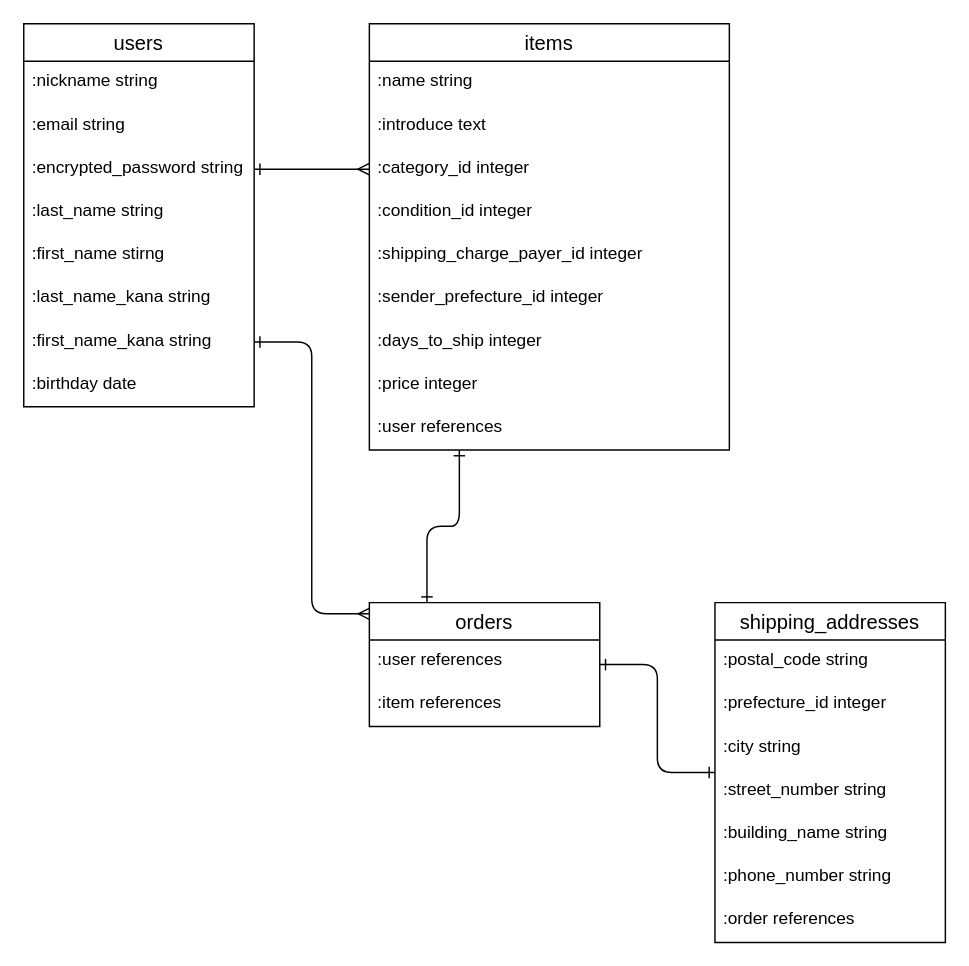
JIZAEMON/furima-39979 keeps this draw.io diagram as ERD.dio. Above is the earlier version. Source tidied: cells renumbered, new cells numbered last; positions are measured from the earlier drawing's top-left corner, leaving out a move shared by most shapes. Both pictures are drawn from the tidied source at 144%, with x=0, y=0 at pixel (23, 23).
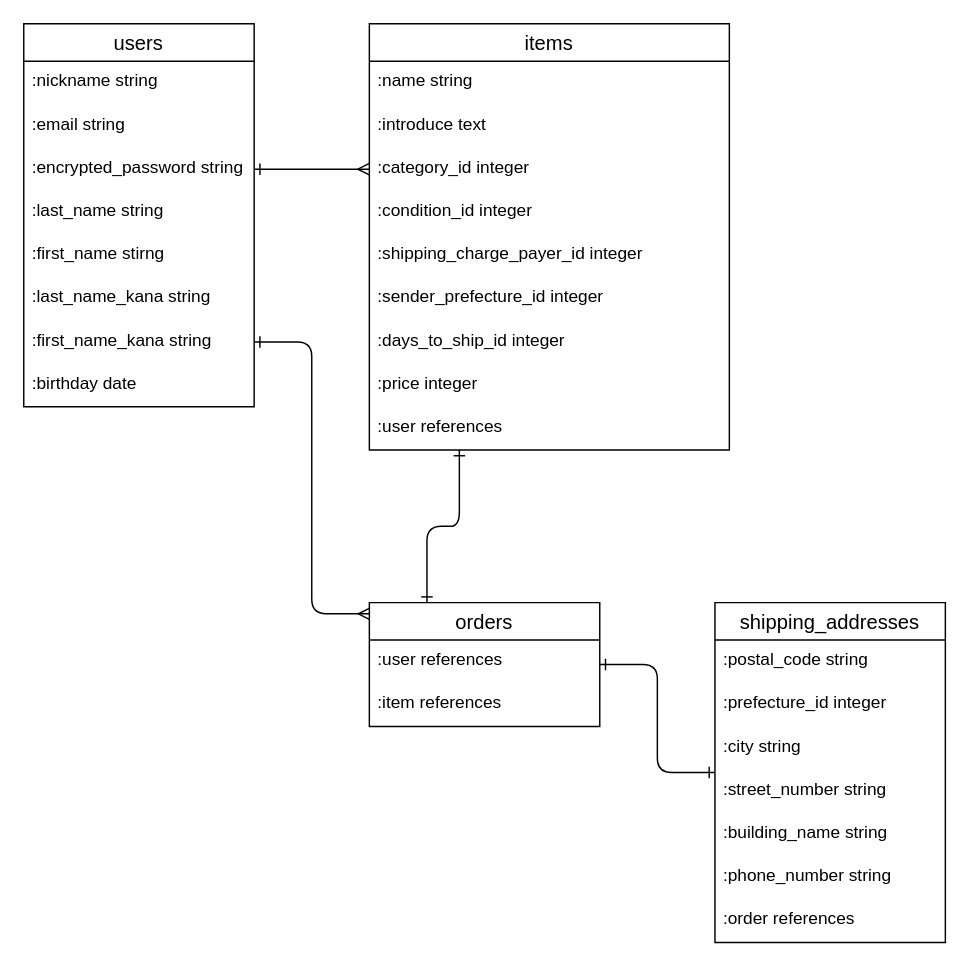
Above is the later version.

Commit message:
days_to_ship_idの反映

Unchanged cells that the change refers to:
```xml
<mxCell id="2" value="items" style="swimlane;fontStyle=0;horizontal=1;startSize=26;align=center;fontSize=14;" parent="1" vertex="1">
  <mxGeometry x="240" width="250" height="296" as="geometry" />
</mxCell>
```

Change to the diagram source:
```diff
@@
-    <mxCell id="9" value=":days_to_ship integer" style="text;strokeColor=none;fillColor=none;spacingLeft=4;spacingRight=4;overflow=hidden;fontSize=12;" parent="2" vertex="1">
+    <mxCell id="9" value=":days_to_ship_id integer" style="text;strokeColor=none;fillColor=none;spacingLeft=4;spacingRight=4;overflow=hidden;fontSize=12;" parent="2" vertex="1">
       <mxGeometry y="206" width="250" height="30" as="geometry" />
     </mxCell>
```
